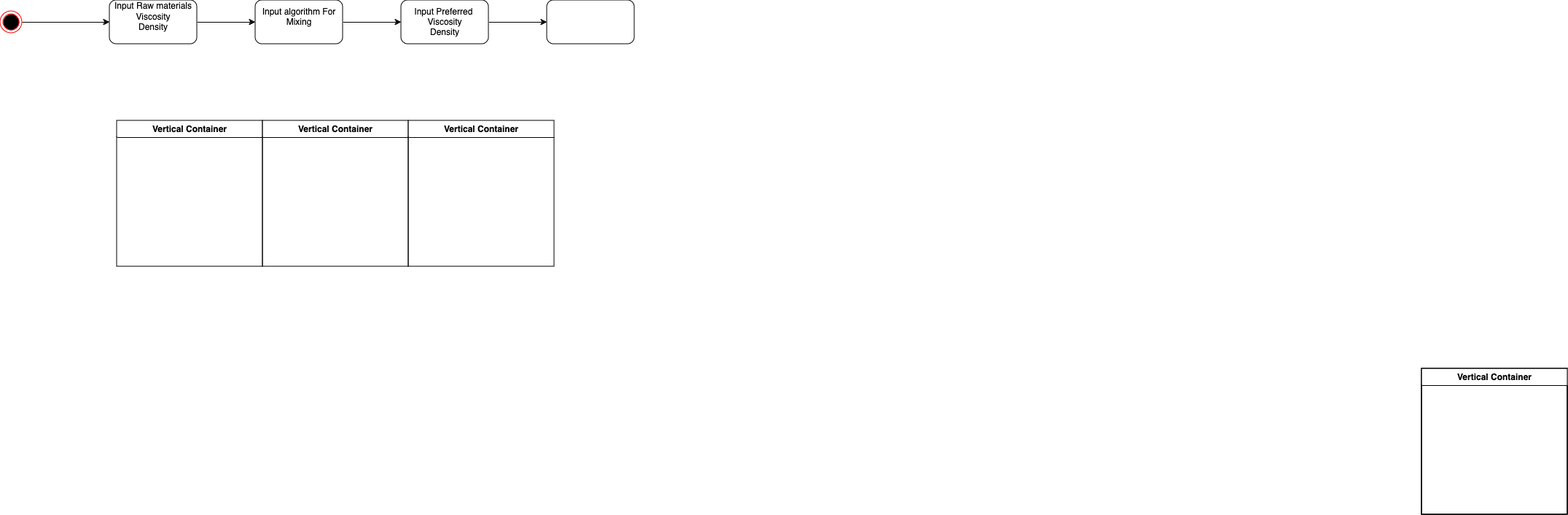
a-l-a-z-a-r/Chemical-Mixing-Data-Synthesis keeps this draw.io diagram as Activity-Diagram.PNG. Above is the earlier version. Source tidied: cells renumbered, new cells last; positions are measured from the earlier drawing's top-left corner, leaving out a move shared by most shapes.
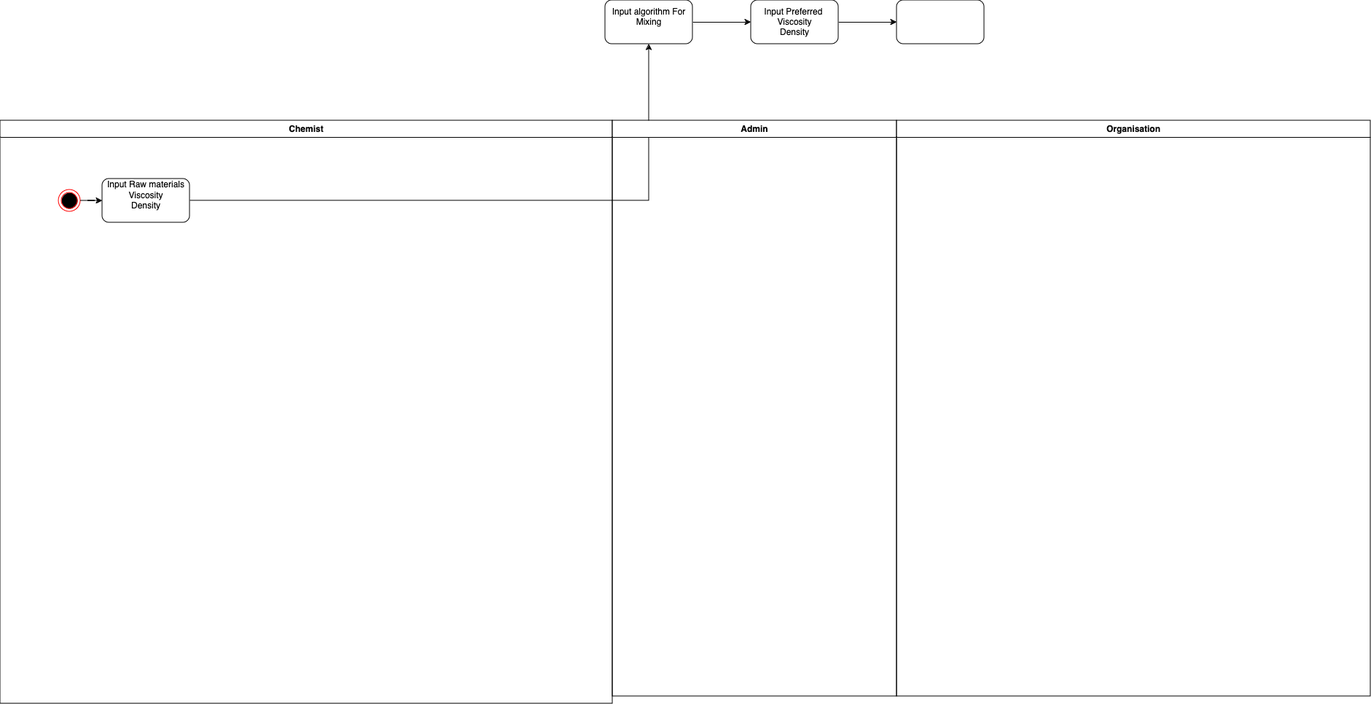
Above is the later version.

Diff of the diagram source:
```diff
@@ -2,18 +2,9 @@
   <root>
     <mxCell id="0" />
     <mxCell id="1" parent="0" />
-    <mxCell id="2" style="edgeStyle=orthogonalEdgeStyle;rounded=0;jettySize=auto;html=1;entryX=0;entryY=0.5;entryDx=0;entryDy=0;" parent="1" edge="1" source="3" target="5">
-      <mxGeometry relative="1" as="geometry" />
-    </mxCell>
-    <mxCell id="3" style="ellipse;html=1;shape=endState;fillColor=#000000;strokeColor=#ff0000;" parent="1" vertex="1">
-      <mxGeometry y="15" width="30" height="30" as="geometry" />
-    </mxCell>
     <mxCell id="4" style="edgeStyle=orthogonalEdgeStyle;rounded=0;jettySize=auto;html=1;" parent="1" edge="1" source="5" target="7">
       <mxGeometry relative="1" as="geometry" />
     </mxCell>
-    <mxCell id="5" value="&lt;div&gt;Input Raw materials&lt;/div&gt;&lt;div&gt;Viscosity&lt;/div&gt;&lt;div&gt;Density&lt;/div&gt;&lt;div&gt;&lt;br&gt;&lt;/div&gt;" style="rounded=1;whiteSpace=wrap;html=1;" parent="1" vertex="1">
-      <mxGeometry x="150" width="120" height="60" as="geometry" />
-    </mxCell>
     <mxCell id="6" style="edgeStyle=orthogonalEdgeStyle;rounded=0;jettySize=auto;html=1;" parent="1" edge="1" source="7" target="9">
       <mxGeometry relative="1" as="geometry" />
     </mxCell>
@@ -29,23 +20,23 @@
     <mxCell id="10" style="whiteSpace=wrap;html=1;rounded=1;" parent="1" vertex="1">
       <mxGeometry x="750" width="120" height="60" as="geometry" />
     </mxCell>
-    <mxCell id="11" value="Vertical Container" style="swimlane;whiteSpace=wrap;html=1;" parent="1" vertex="1">
-      <mxGeometry x="160" y="165" width="200" height="200" as="geometry" />
+    <mxCell id="11" value="Chemist" style="swimlane;whiteSpace=wrap;html=1;" parent="1" vertex="1">
+      <mxGeometry x="-480" y="165" width="840" height="800" as="geometry" />
     </mxCell>
+    <mxCell id="5" value="&lt;div&gt;Input Raw materials&lt;/div&gt;&lt;div&gt;Viscosity&lt;/div&gt;&lt;div&gt;Density&lt;/div&gt;&lt;div&gt;&lt;br&gt;&lt;/div&gt;" style="rounded=1;whiteSpace=wrap;html=1;" parent="11" vertex="1">
+      <mxGeometry x="140" y="80" width="120" height="60" as="geometry" />
+    </mxCell>
+    <mxCell id="3" style="ellipse;html=1;shape=endState;fillColor=#000000;strokeColor=#ff0000;" parent="11" vertex="1">
+      <mxGeometry x="80" y="95" width="30" height="30" as="geometry" />
+    </mxCell>
+    <mxCell id="2" style="edgeStyle=orthogonalEdgeStyle;rounded=0;jettySize=auto;html=1;entryX=0;entryY=0.5;entryDx=0;entryDy=0;" parent="11" edge="1" source="3" target="5">
+      <mxGeometry relative="1" as="geometry" />
+    </mxCell>
-    <mxCell id="12" value="Vertical Container" style="swimlane;whiteSpace=wrap;html=1;" parent="1" vertex="1">
-      <mxGeometry x="360" y="165" width="200" height="200" as="geometry" />
+    <mxCell id="12" value="Admin" style="swimlane;whiteSpace=wrap;html=1;" parent="1" vertex="1">
+      <mxGeometry x="360" y="165" width="390" height="790" as="geometry" />
     </mxCell>
-    <mxCell id="13" value="Vertical Container" style="swimlane;whiteSpace=wrap;html=1;" parent="1" vertex="1">
-      <mxGeometry x="1950" y="505" width="200" height="200" as="geometry" />
-    </mxCell>
-    <mxCell id="14" value="Vertical Container" style="swimlane;whiteSpace=wrap;html=1;" parent="1" vertex="1">
-      <mxGeometry x="1950" y="505" width="200" height="200" as="geometry" />
-    </mxCell>
-    <mxCell id="15" value="Vertical Container" style="swimlane;whiteSpace=wrap;html=1;" parent="1" vertex="1">
-      <mxGeometry x="1950" y="505" width="200" height="200" as="geometry" />
-    </mxCell>
-    <mxCell id="16" value="Vertical Container" style="swimlane;whiteSpace=wrap;html=1;" parent="1" vertex="1">
-      <mxGeometry x="560" y="165" width="200" height="200" as="geometry" />
+    <mxCell id="16" value="Organisation " style="swimlane;whiteSpace=wrap;html=1;" parent="1" vertex="1">
+      <mxGeometry x="750" y="165" width="650" height="790" as="geometry" />
     </mxCell>
   </root>
 </mxGraphModel>
```
